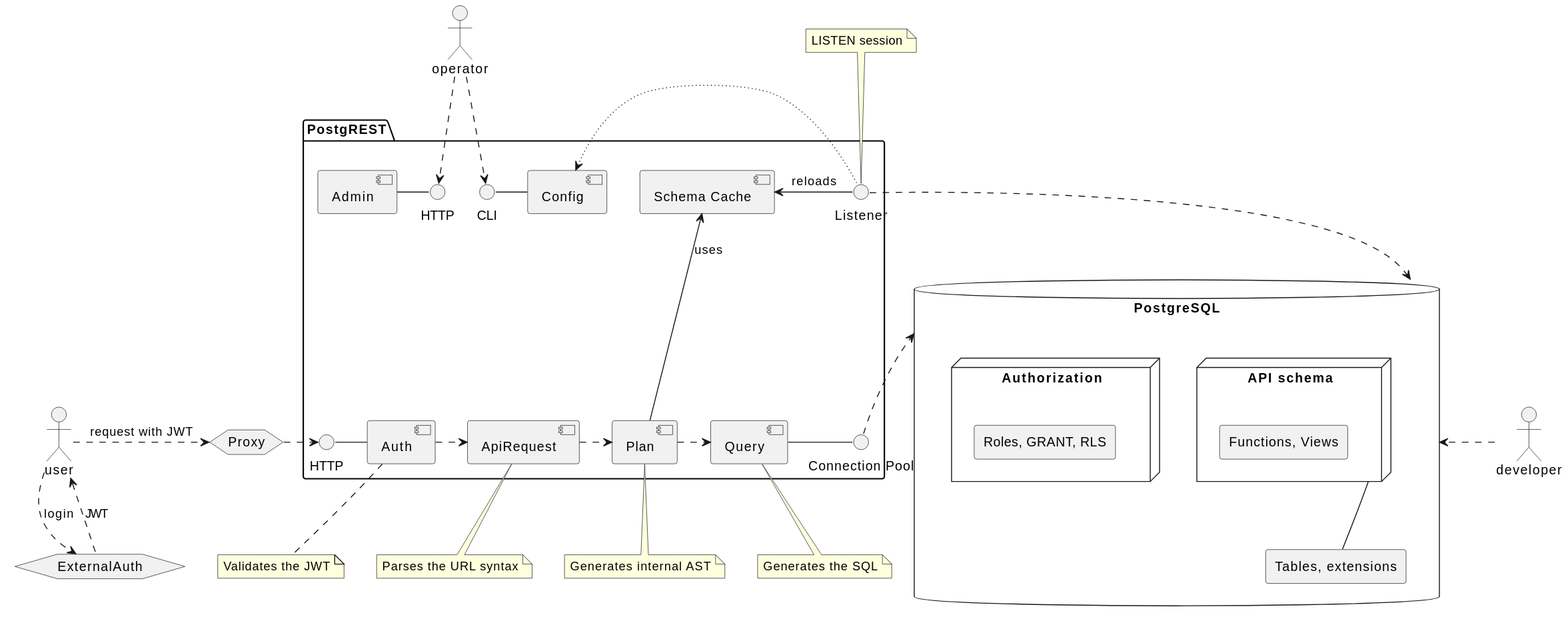
The PlantUML diagram docs/_static/arch.svg in PostgREST/postgrest, before a commit.
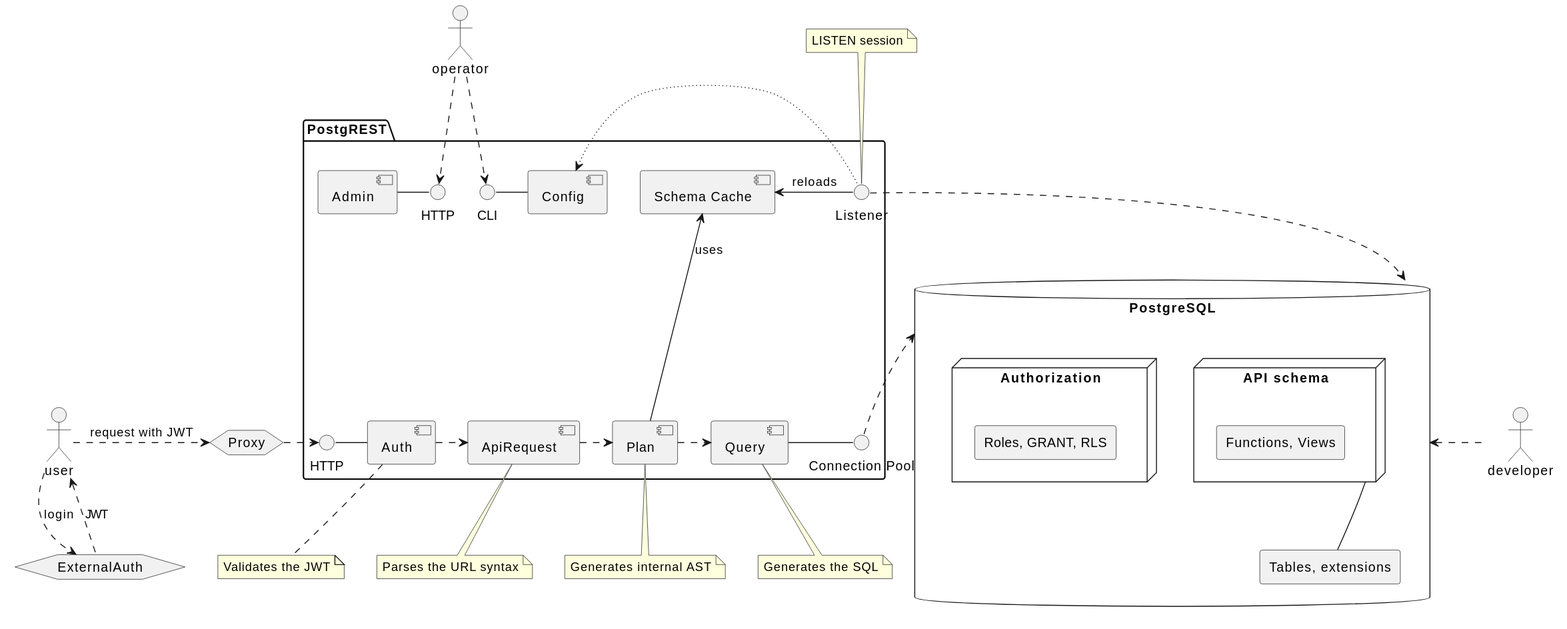
After the change.

Commit message:
docs: add new http server page

What changed in the source:
```diff
@@ -86,8 +86,8 @@
 url of CLI is [[../references/cli.html#cli]]
 url of "Connection Pool" is [[../references/connection_pool.html]]
 url of Config is [[../references/configuration.html#configuration]]
-url of HTTPADMIN is [[../explanations/architecture.html#http]]
-url of HTTPAPI is [[../explanations/architecture.html#http]]
+url of HTTPADMIN is [[../references/http_server.html]]
+url of HTTPAPI is [[../references/http_server.html]]
 url of Listener is [[../references/listener.html#listener]]
 url of Proxy is [[../explanations/nginx.html]]
 url of "Schema Cache" is [[../references/schema_cache.html#schema-cache]]
```
